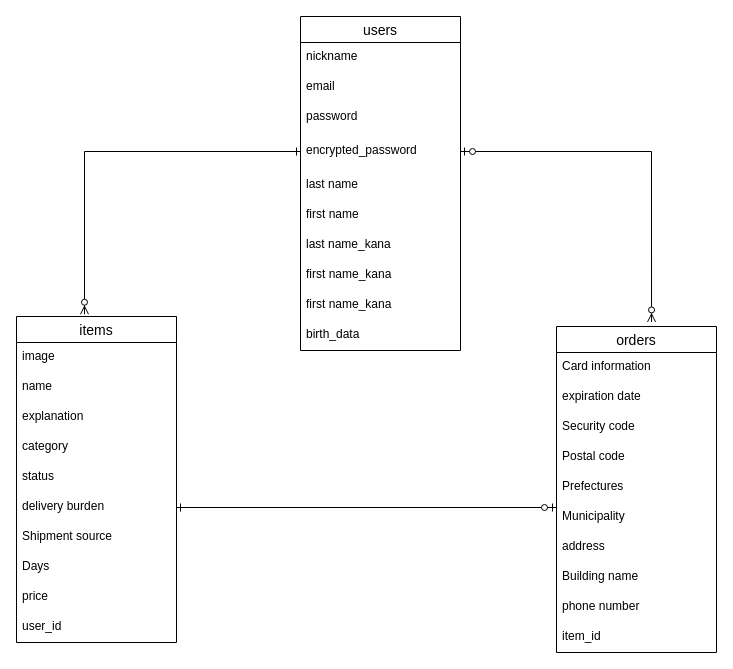
This is furimo.dio from KimFight/furima-32013, a draw.io file, before an edit. Source tidied: cells renumbered, new cells numbered last; positions are measured from the earlier drawing's top-left corner, leaving out a move shared by most shapes. Both pictures are drawn from the tidied source at 100%, with x=0, y=0 at pixel (16, 16).
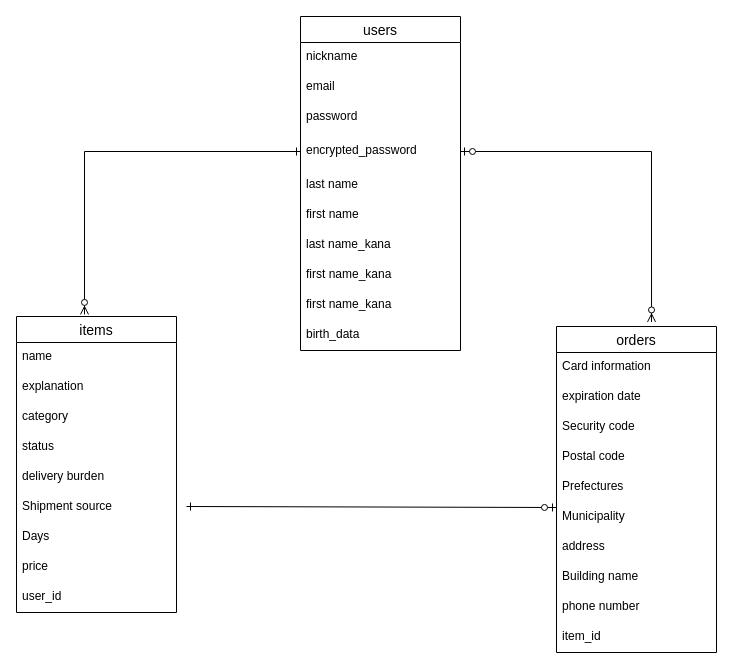
The same diagram, later.

Change to the diagram source:
```diff
@@
     <mxCell id="2" value="items" style="swimlane;fontStyle=0;horizontal=1;startSize=26;align=center;fontSize=14;" parent="1" vertex="1">
-      <mxGeometry y="300" width="160" height="326" as="geometry" />
+      <mxGeometry y="300" width="160" height="296" as="geometry" />
     </mxCell>
-    <mxCell id="3" value="image" style="text;strokeColor=none;fillColor=none;spacingLeft=4;spacingRight=4;overflow=hidden;fontSize=12;" parent="2" vertex="1">
-      <mxGeometry y="26" width="160" height="30" as="geometry" />
-    </mxCell>
     <mxCell id="4" value="name" style="text;strokeColor=none;fillColor=none;spacingLeft=4;spacingRight=4;overflow=hidden;fontSize=12;" parent="2" vertex="1">
-      <mxGeometry y="56" width="160" height="30" as="geometry" />
+      <mxGeometry y="26" width="160" height="30" as="geometry" />
     </mxCell>
     <mxCell id="5" value="explanation" style="text;strokeColor=none;fillColor=none;spacingLeft=4;spacingRight=4;overflow=hidden;fontSize=12;" parent="2" vertex="1">
-      <mxGeometry y="86" width="160" height="30" as="geometry" />
+      <mxGeometry y="56" width="160" height="30" as="geometry" />
     </mxCell>
     <mxCell id="6" value="category" style="text;strokeColor=none;fillColor=none;spacingLeft=4;spacingRight=4;overflow=hidden;fontSize=12;" parent="2" vertex="1">
-      <mxGeometry y="116" width="160" height="30" as="geometry" />
+      <mxGeometry y="86" width="160" height="30" as="geometry" />
     </mxCell>
     <mxCell id="7" value="status" style="text;strokeColor=none;fillColor=none;spacingLeft=4;spacingRight=4;overflow=hidden;fontSize=12;" parent="2" vertex="1">
-      <mxGeometry y="146" width="160" height="30" as="geometry" />
+      <mxGeometry y="116" width="160" height="30" as="geometry" />
     </mxCell>
     <mxCell id="8" value="delivery burden" style="text;strokeColor=none;fillColor=none;spacingLeft=4;spacingRight=4;overflow=hidden;points=[[0,0.5],[1,0.5]];portConstraint=eastwest;fontSize=12;" parent="2" vertex="1">
-      <mxGeometry y="176" width="160" height="30" as="geometry" />
+      <mxGeometry y="146" width="160" height="30" as="geometry" />
     </mxCell>
     <mxCell id="9" value="Shipment source" style="text;strokeColor=none;fillColor=none;spacingLeft=4;spacingRight=4;overflow=hidden;fontSize=12;" parent="2" vertex="1">
-      <mxGeometry y="206" width="160" height="30" as="geometry" />
+      <mxGeometry y="176" width="160" height="30" as="geometry" />
     </mxCell>
     <mxCell id="10" value="Days" style="text;strokeColor=none;fillColor=none;spacingLeft=4;spacingRight=4;overflow=hidden;fontSize=12;" parent="2" vertex="1">
-      <mxGeometry y="236" width="160" height="30" as="geometry" />
+      <mxGeometry y="206" width="160" height="30" as="geometry" />
     </mxCell>
     <mxCell id="11" value="price" style="text;strokeColor=none;fillColor=none;spacingLeft=4;spacingRight=4;overflow=hidden;fontSize=12;" parent="2" vertex="1">
-      <mxGeometry y="266" width="160" height="30" as="geometry" />
+      <mxGeometry y="236" width="160" height="30" as="geometry" />
     </mxCell>
     <mxCell id="12" value="user_id" style="text;strokeColor=none;fillColor=none;spacingLeft=4;spacingRight=4;overflow=hidden;fontSize=12;" parent="2" vertex="1">
-      <mxGeometry y="296" width="160" height="30" as="geometry" />
+      <mxGeometry y="266" width="160" height="30" as="geometry" />
     </mxCell>
@@
-    <mxCell id="37" style="edgeStyle=none;rounded=0;jettySize=auto;html=1;startArrow=ERone;startFill=0;endArrow=ERzeroToOne;endFill=1;" parent="1" edge="1" source="8">
+    <mxCell id="37" style="edgeStyle=none;rounded=0;orthogonalLoop=1;jettySize=auto;html=1;startArrow=ERone;startFill=0;endArrow=ERzeroToOne;endFill=1;" parent="1" edge="1">
       <mxGeometry relative="1" as="geometry">
+        <mxPoint x="170" y="490" as="sourcePoint" />
         <mxPoint x="540" y="491" as="targetPoint" />
       </mxGeometry>
     </mxCell>
```
